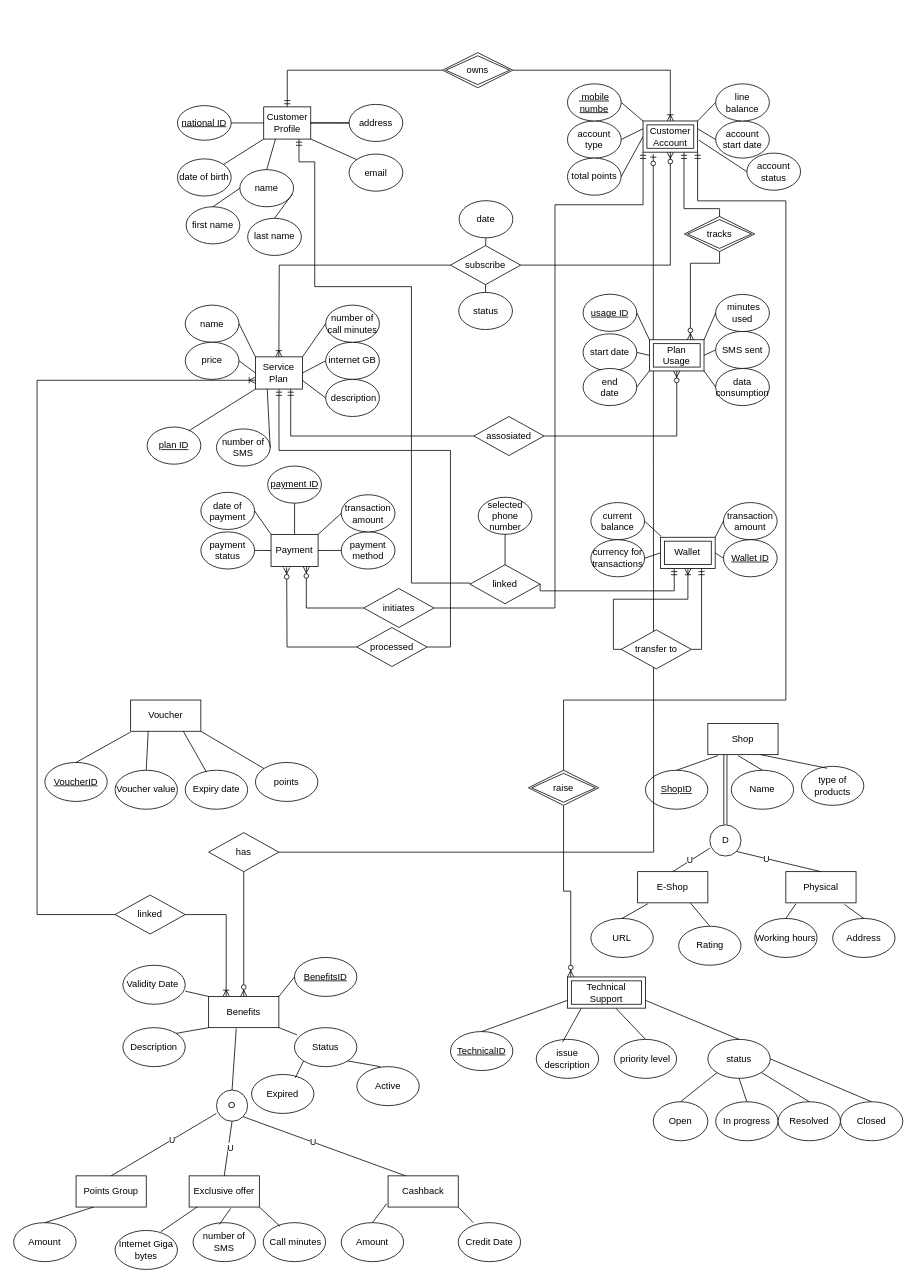
This is Untitled Diagram.drawio from Blaze-trio/Blaze-trio.github.io, a draw.io file, before an edit. Source tidied: cells renumbered, new cells numbered last; positions are measured from the earlier drawing's top-left corner, leaving out a move shared by most shapes. Both pictures are drawn from the tidied source at 78%, with x=0, y=0 at pixel (13, 52).
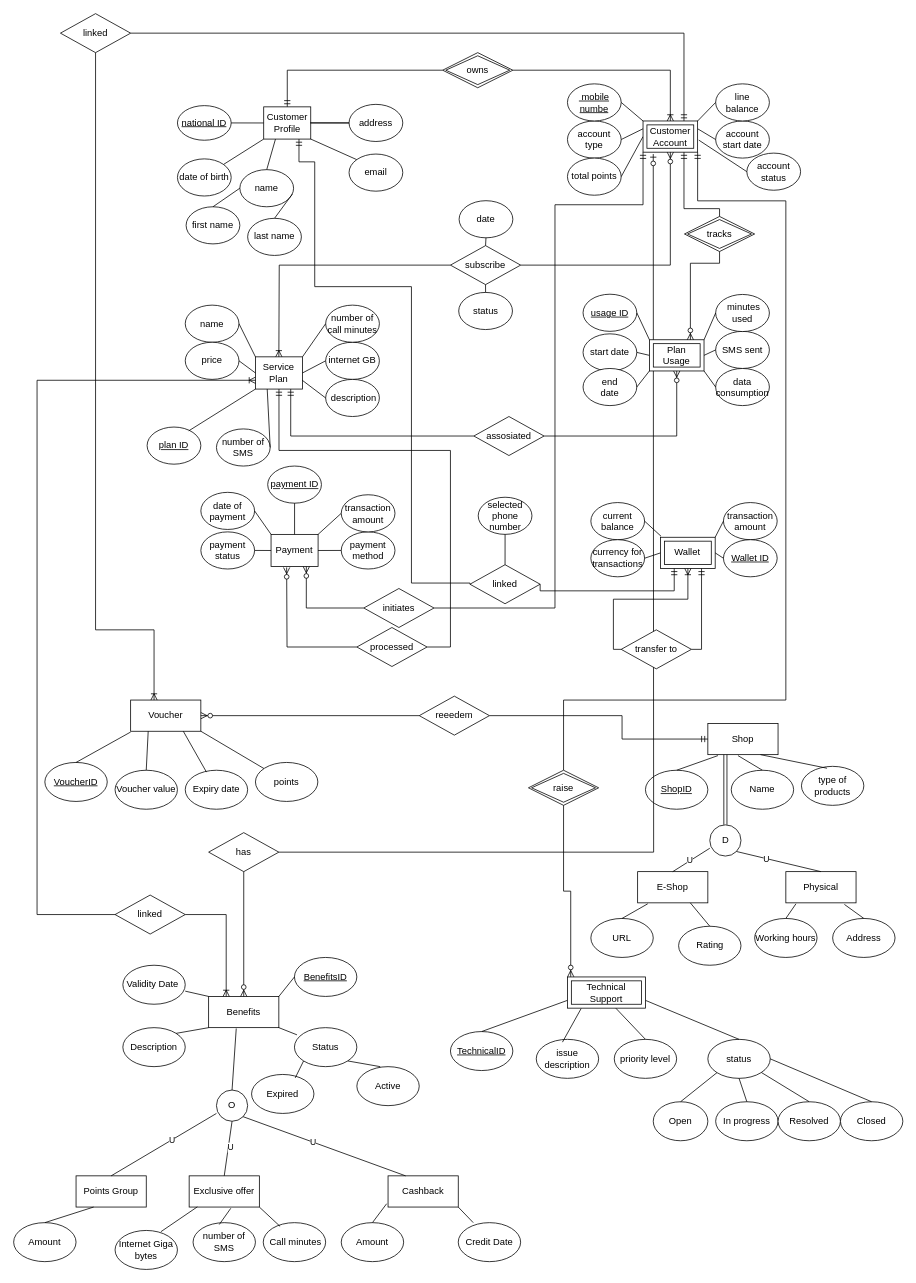
After the change.

Unchanged cells that the change refers to:
```xml
<mxCell id="4" value="Voucher" style="rounded=0;whiteSpace=wrap;html=1;" parent="3" vertex="1">
  <mxGeometry x="110" width="90" height="40" as="geometry" />
</mxCell>
<mxCell id="124" value="Customer Account" style="shape=ext;margin=3;double=1;whiteSpace=wrap;html=1;align=center;" parent="115" vertex="1">
  <mxGeometry x="86.9" y="7.6" width="70" height="40" as="geometry" />
</mxCell>
```

Diff of the diagram source:
```diff
@@
+    <mxCell id="212" value="&lt;div&gt;reeedem&lt;/div&gt;" style="shape=rhombus;perimeter=rhombusPerimeter;whiteSpace=wrap;html=1;align=center;" parent="1" vertex="1">
+      <mxGeometry x="520" y="825" width="90" height="50" as="geometry" />
+    </mxCell>
+    <mxCell id="213" style="edgeStyle=orthogonalEdgeStyle;fontSize=12;html=1;endArrow=ERzeroToMany;endFill=1;rounded=0;entryX=1;entryY=0.5;entryDx=0;entryDy=0;exitX=0;exitY=0.5;exitDx=0;exitDy=0;" parent="1" edge="1" source="212" target="4">
+      <mxGeometry relative="1" as="geometry" />
+    </mxCell>
+    <mxCell id="214" style="edgeStyle=orthogonalEdgeStyle;fontSize=12;html=1;endArrow=ERmandOne;rounded=0;exitX=1;exitY=0.5;exitDx=0;exitDy=0;" parent="1" edge="1" source="212">
+      <mxGeometry relative="1" as="geometry">
+        <mxPoint x="890" y="880" as="targetPoint" />
+        <Array as="points">
+          <mxPoint x="780" y="850" />
+          <mxPoint x="780" y="880" />
+        </Array>
+      </mxGeometry>
+    </mxCell>
+    <mxCell id="215" value="linked" style="shape=rhombus;perimeter=rhombusPerimeter;whiteSpace=wrap;html=1;align=center;" parent="1" vertex="1">
+      <mxGeometry x="60" y="-50" width="90" height="50" as="geometry" />
+    </mxCell>
+    <mxCell id="216" style="edgeStyle=orthogonalEdgeStyle;fontSize=12;html=1;endArrow=ERmandOne;rounded=0;exitX=1;exitY=0.5;exitDx=0;exitDy=0;entryX=0.75;entryY=0;entryDx=0;entryDy=0;" parent="1" edge="1" source="215" target="124">
+      <mxGeometry relative="1" as="geometry" />
+    </mxCell>
+    <mxCell id="217" style="edgeStyle=orthogonalEdgeStyle;fontSize=12;html=1;endArrow=ERoneToMany;rounded=0;entryX=0.5;entryY=1;entryDx=0;entryDy=0;exitX=0.5;exitY=1;exitDx=0;exitDy=0;" parent="1" edge="1" source="215">
+      <mxGeometry relative="1" as="geometry">
+        <mxPoint x="180" y="830" as="targetPoint" />
+        <Array as="points">
+          <mxPoint x="105" y="740" />
+          <mxPoint x="180" y="740" />
+        </Array>
+      </mxGeometry>
+    </mxCell>
```
